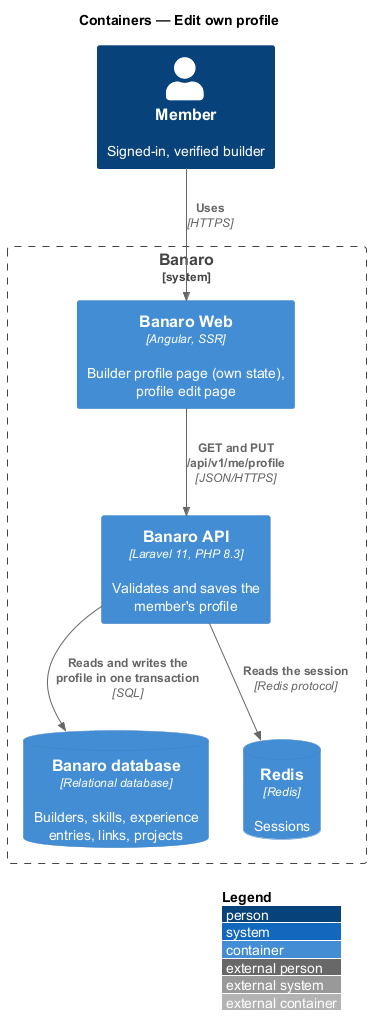
This is docs/detailed-designs/profiles/edit-own-profile/diagrams/c4-container.png from QuinntyneBrown/banaro, a PlantUML export, as it was before one commit.
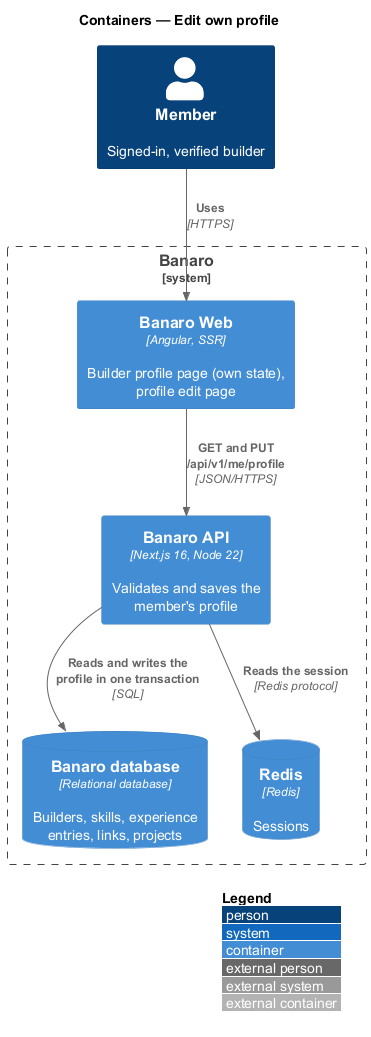
After the commit.

The edit, as a diff of the source:
```diff
@@ -7,7 +7,7 @@
 
 System_Boundary(banaro, "Banaro") {
   Container(web, "Banaro Web", "Angular, SSR", "Builder profile page (own state), profile edit page")
-  Container(api, "Banaro API", "Laravel 11, PHP 8.3", "Validates and saves the member's profile")
+  Container(api, "Banaro API", "Next.js 16, Node 22", "Validates and saves the member's profile")
   ContainerDb(db, "Banaro database", "Relational database", "Builders, skills, experience entries, links, projects")
   ContainerDb(redis, "Redis", "Redis", "Sessions")
 }
```
